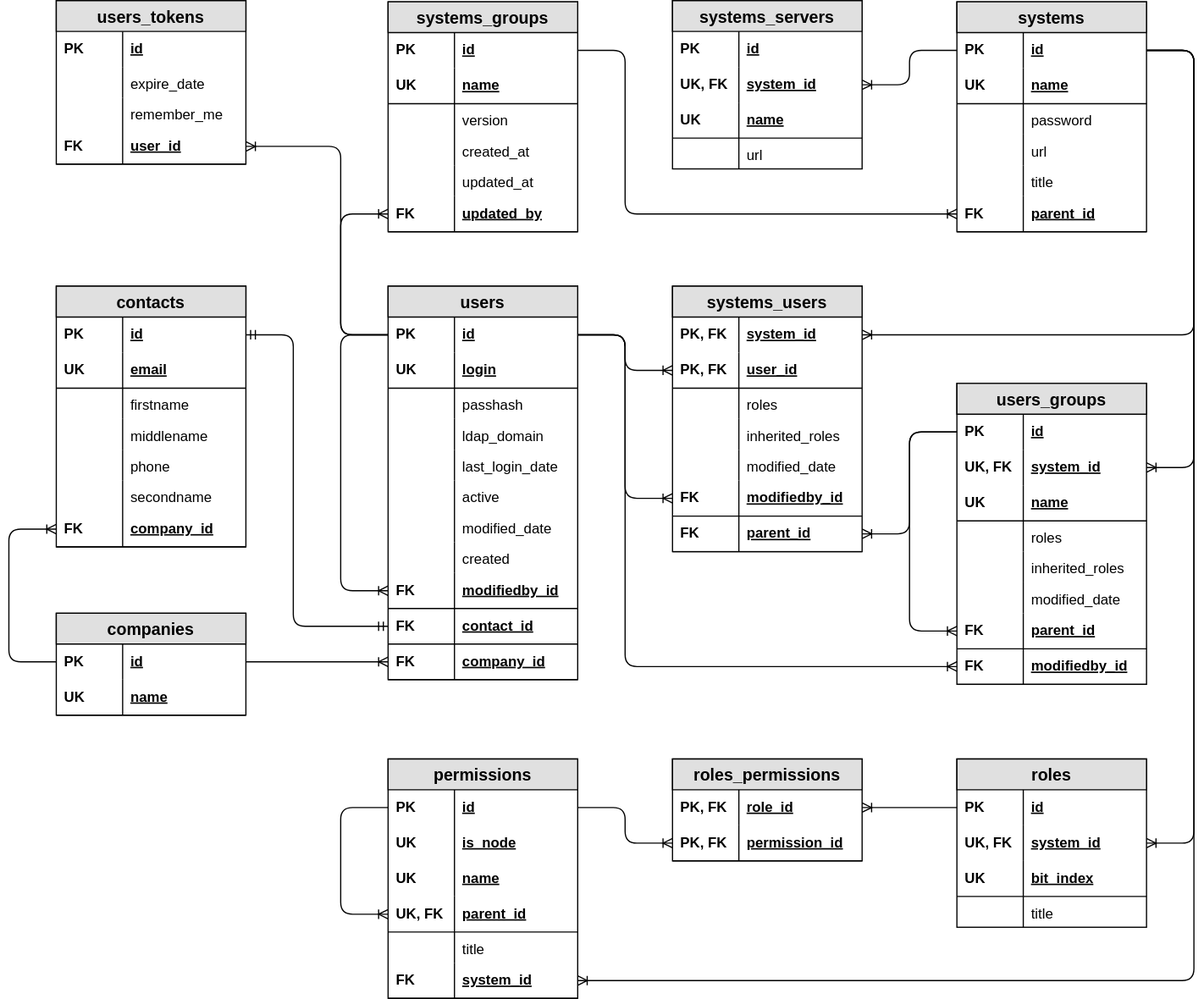
The draw.io diagram docs/drawio/db_schema.svg in scommons/scommons-admin, before a commit. Source tidied: cells renumbered, new cells last; positions are measured from the earlier drawing's top-left corner, leaving out a move shared by most shapes.
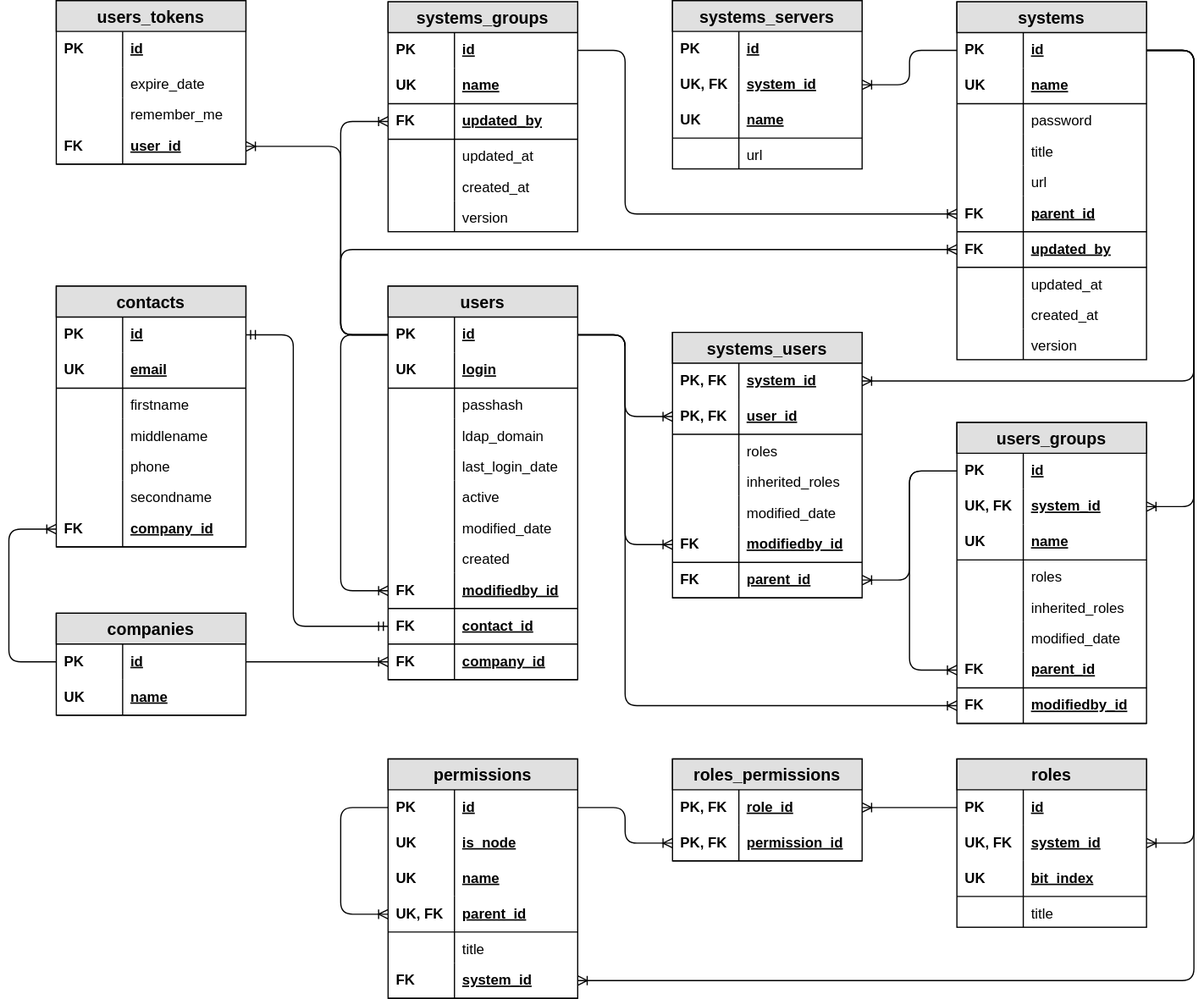
After the commit.

Change to the diagram source:
```diff
@@ -195,7 +195,7 @@
       </mxGeometry>
     </mxCell>
     <mxCell id="59" value="systems" style="swimlane;fontStyle=1;horizontal=1;startSize=26;fillColor=#e0e0e0;swimlaneFillColor=#ffffff;align=center;fontSize=14;" parent="1" vertex="1">
-      <mxGeometry x="800" y="1" width="160" height="194" as="geometry" />
+      <mxGeometry x="800" y="1" width="160" height="302" as="geometry" />
     </mxCell>
     <mxCell id="60" value="id" style="shape=partialRectangle;top=0;left=0;right=0;bottom=0;align=left;verticalAlign=middle;fillColor=none;spacingLeft=60;spacingRight=4;overflow=hidden;points=[[0,0.5],[1,0.5]];portConstraint=eastwest;fontStyle=5;fontSize=12;" parent="59" vertex="1">
       <mxGeometry y="26" width="160" height="30" as="geometry" />
@@ -215,24 +215,48 @@
     <mxCell id="65" style="shape=partialRectangle;top=0;left=0;bottom=0;fillColor=none;align=left;verticalAlign=top;spacingLeft=4;spacingRight=4;overflow=hidden;fontSize=12;" parent="64" vertex="1">
       <mxGeometry width="56" height="26" as="geometry" />
     </mxCell>
+    <mxCell id="68" value="title" style="shape=partialRectangle;top=0;left=0;right=0;bottom=0;align=left;verticalAlign=top;fillColor=none;spacingLeft=60;spacingRight=4;overflow=hidden;fontSize=12;" parent="59" vertex="1">
+      <mxGeometry y="112" width="160" height="26" as="geometry" />
+    </mxCell>
+    <mxCell id="69" style="shape=partialRectangle;top=0;left=0;bottom=0;fillColor=none;align=left;verticalAlign=top;spacingLeft=4;spacingRight=4;overflow=hidden;fontSize=12;" parent="68" vertex="1">
+      <mxGeometry width="56" height="26" as="geometry" />
+    </mxCell>
     <mxCell id="66" value="url" style="shape=partialRectangle;top=0;left=0;right=0;bottom=0;align=left;verticalAlign=top;fillColor=none;spacingLeft=60;spacingRight=4;overflow=hidden;fontSize=12;" parent="59" vertex="1">
-      <mxGeometry y="112" width="160" height="26" as="geometry" />
+      <mxGeometry y="138" width="160" height="26" as="geometry" />
     </mxCell>
     <mxCell id="67" style="shape=partialRectangle;top=0;left=0;bottom=0;fillColor=none;align=left;verticalAlign=top;spacingLeft=4;spacingRight=4;overflow=hidden;fontSize=12;" parent="66" vertex="1">
       <mxGeometry width="56" height="26" as="geometry" />
     </mxCell>
-    <mxCell id="68" value="title" style="shape=partialRectangle;top=0;left=0;right=0;bottom=0;align=left;verticalAlign=top;fillColor=none;spacingLeft=60;spacingRight=4;overflow=hidden;fontSize=12;" parent="59" vertex="1">
-      <mxGeometry y="138" width="160" height="26" as="geometry" />
-    </mxCell>
-    <mxCell id="69" style="shape=partialRectangle;top=0;left=0;bottom=0;fillColor=none;align=left;verticalAlign=top;spacingLeft=4;spacingRight=4;overflow=hidden;fontSize=12;" parent="68" vertex="1">
-      <mxGeometry width="56" height="26" as="geometry" />
-    </mxCell>
     <mxCell id="70" value="parent_id" style="shape=partialRectangle;top=0;left=0;right=0;bottom=1;align=left;verticalAlign=middle;fillColor=none;spacingLeft=60;spacingRight=4;overflow=hidden;points=[[0,0.5],[1,0.5]];portConstraint=eastwest;fontStyle=5;fontSize=12;" parent="59" vertex="1">
       <mxGeometry y="164" width="160" height="30" as="geometry" />
     </mxCell>
     <mxCell id="71" value="FK" style="shape=partialRectangle;fontStyle=1;top=0;left=0;bottom=0;fillColor=none;align=left;verticalAlign=middle;spacingLeft=4;spacingRight=4;overflow=hidden;fontSize=12;" parent="70" vertex="1">
       <mxGeometry width="56" height="30" as="geometry" />
     </mxCell>
+    <mxCell id="168" value="updated_by" style="shape=partialRectangle;top=0;left=0;right=0;bottom=1;align=left;verticalAlign=middle;fillColor=none;spacingLeft=60;spacingRight=4;overflow=hidden;points=[[0,0.5],[1,0.5]];portConstraint=eastwest;fontStyle=5;fontSize=12;" parent="59" vertex="1">
+      <mxGeometry y="194" width="160" height="30" as="geometry" />
+    </mxCell>
+    <mxCell id="169" value="FK" style="shape=partialRectangle;fontStyle=1;top=0;left=0;bottom=0;fillColor=none;align=left;verticalAlign=middle;spacingLeft=4;spacingRight=4;overflow=hidden;fontSize=12;" parent="168" vertex="1">
+      <mxGeometry width="56" height="30" as="geometry" />
+    </mxCell>
+    <mxCell id="170" value="updated_at" style="shape=partialRectangle;top=0;left=0;right=0;bottom=0;align=left;verticalAlign=top;fillColor=none;spacingLeft=60;spacingRight=4;overflow=hidden;fontSize=12;" parent="59" vertex="1">
+      <mxGeometry y="224" width="160" height="26" as="geometry" />
+    </mxCell>
+    <mxCell id="171" style="shape=partialRectangle;top=0;left=0;bottom=0;fillColor=none;align=left;verticalAlign=top;spacingLeft=4;spacingRight=4;overflow=hidden;fontSize=12;" parent="170" vertex="1">
+      <mxGeometry width="56" height="26" as="geometry" />
+    </mxCell>
+    <mxCell id="172" value="created_at" style="shape=partialRectangle;top=0;left=0;right=0;bottom=0;align=left;verticalAlign=top;fillColor=none;spacingLeft=60;spacingRight=4;overflow=hidden;fontSize=12;" parent="59" vertex="1">
+      <mxGeometry y="250" width="160" height="26" as="geometry" />
+    </mxCell>
+    <mxCell id="173" style="shape=partialRectangle;top=0;left=0;bottom=0;fillColor=none;align=left;verticalAlign=top;spacingLeft=4;spacingRight=4;overflow=hidden;fontSize=12;" parent="172" vertex="1">
+      <mxGeometry width="56" height="26" as="geometry" />
+    </mxCell>
+    <mxCell id="174" value="version" style="shape=partialRectangle;top=0;left=0;right=0;bottom=0;align=left;verticalAlign=top;fillColor=none;spacingLeft=60;spacingRight=4;overflow=hidden;fontSize=12;" parent="59" vertex="1">
+      <mxGeometry y="276" width="160" height="26" as="geometry" />
+    </mxCell>
+    <mxCell id="175" style="shape=partialRectangle;top=0;left=0;bottom=0;fillColor=none;align=left;verticalAlign=top;spacingLeft=4;spacingRight=4;overflow=hidden;fontSize=12;" parent="174" vertex="1">
+      <mxGeometry width="56" height="26" as="geometry" />
+    </mxCell>
     <mxCell id="72" value="systems_groups" style="swimlane;fontStyle=1;horizontal=1;startSize=26;fillColor=#e0e0e0;swimlaneFillColor=#ffffff;align=center;fontSize=14;" parent="1" vertex="1">
       <mxGeometry x="320" y="1" width="160" height="194" as="geometry" />
     </mxCell>
@@ -248,30 +272,30 @@
     <mxCell id="76" value="UK" style="shape=partialRectangle;fontStyle=1;top=0;left=0;bottom=0;fillColor=none;align=left;verticalAlign=middle;spacingLeft=4;spacingRight=4;overflow=hidden;fontSize=12;" parent="75" vertex="1">
       <mxGeometry width="56" height="30" as="geometry" />
     </mxCell>
+    <mxCell id="83" value="updated_by" style="shape=partialRectangle;top=0;left=0;right=0;bottom=1;align=left;verticalAlign=middle;fillColor=none;spacingLeft=60;spacingRight=4;overflow=hidden;points=[[0,0.5],[1,0.5]];portConstraint=eastwest;fontStyle=5;fontSize=12;" parent="72" vertex="1">
+      <mxGeometry y="86" width="160" height="30" as="geometry" />
+    </mxCell>
+    <mxCell id="84" value="FK" style="shape=partialRectangle;fontStyle=1;top=0;left=0;bottom=0;fillColor=none;align=left;verticalAlign=middle;spacingLeft=4;spacingRight=4;overflow=hidden;fontSize=12;" parent="83" vertex="1">
+      <mxGeometry width="56" height="30" as="geometry" />
+    </mxCell>
+    <mxCell id="81" value="updated_at" style="shape=partialRectangle;top=0;left=0;right=0;bottom=0;align=left;verticalAlign=top;fillColor=none;spacingLeft=60;spacingRight=4;overflow=hidden;fontSize=12;" parent="72" vertex="1">
+      <mxGeometry y="116" width="160" height="26" as="geometry" />
+    </mxCell>
+    <mxCell id="82" style="shape=partialRectangle;top=0;left=0;bottom=0;fillColor=none;align=left;verticalAlign=top;spacingLeft=4;spacingRight=4;overflow=hidden;fontSize=12;" parent="81" vertex="1">
+      <mxGeometry width="56" height="26" as="geometry" />
+    </mxCell>
+    <mxCell id="79" value="created_at" style="shape=partialRectangle;top=0;left=0;right=0;bottom=0;align=left;verticalAlign=top;fillColor=none;spacingLeft=60;spacingRight=4;overflow=hidden;fontSize=12;" parent="72" vertex="1">
+      <mxGeometry y="142" width="160" height="26" as="geometry" />
+    </mxCell>
+    <mxCell id="80" style="shape=partialRectangle;top=0;left=0;bottom=0;fillColor=none;align=left;verticalAlign=top;spacingLeft=4;spacingRight=4;overflow=hidden;fontSize=12;" parent="79" vertex="1">
+      <mxGeometry width="56" height="26" as="geometry" />
+    </mxCell>
     <mxCell id="77" value="version" style="shape=partialRectangle;top=0;left=0;right=0;bottom=0;align=left;verticalAlign=top;fillColor=none;spacingLeft=60;spacingRight=4;overflow=hidden;fontSize=12;" parent="72" vertex="1">
-      <mxGeometry y="86" width="160" height="26" as="geometry" />
+      <mxGeometry y="168" width="160" height="26" as="geometry" />
     </mxCell>
     <mxCell id="78" style="shape=partialRectangle;top=0;left=0;bottom=0;fillColor=none;align=left;verticalAlign=top;spacingLeft=4;spacingRight=4;overflow=hidden;fontSize=12;" parent="77" vertex="1">
       <mxGeometry width="56" height="26" as="geometry" />
     </mxCell>
-    <mxCell id="79" value="created_at" style="shape=partialRectangle;top=0;left=0;right=0;bottom=0;align=left;verticalAlign=top;fillColor=none;spacingLeft=60;spacingRight=4;overflow=hidden;fontSize=12;" parent="72" vertex="1">
-      <mxGeometry y="112" width="160" height="26" as="geometry" />
-    </mxCell>
-    <mxCell id="80" style="shape=partialRectangle;top=0;left=0;bottom=0;fillColor=none;align=left;verticalAlign=top;spacingLeft=4;spacingRight=4;overflow=hidden;fontSize=12;" parent="79" vertex="1">
-      <mxGeometry width="56" height="26" as="geometry" />
-    </mxCell>
-    <mxCell id="81" value="updated_at" style="shape=partialRectangle;top=0;left=0;right=0;bottom=0;align=left;verticalAlign=top;fillColor=none;spacingLeft=60;spacingRight=4;overflow=hidden;fontSize=12;" parent="72" vertex="1">
-      <mxGeometry y="138" width="160" height="26" as="geometry" />
-    </mxCell>
-    <mxCell id="82" style="shape=partialRectangle;top=0;left=0;bottom=0;fillColor=none;align=left;verticalAlign=top;spacingLeft=4;spacingRight=4;overflow=hidden;fontSize=12;" parent="81" vertex="1">
-      <mxGeometry width="56" height="26" as="geometry" />
-    </mxCell>
-    <mxCell id="83" value="updated_by" style="shape=partialRectangle;top=0;left=0;right=0;bottom=1;align=left;verticalAlign=middle;fillColor=none;spacingLeft=60;spacingRight=4;overflow=hidden;points=[[0,0.5],[1,0.5]];portConstraint=eastwest;fontStyle=5;fontSize=12;" parent="72" vertex="1">
-      <mxGeometry y="164" width="160" height="30" as="geometry" />
-    </mxCell>
-    <mxCell id="84" value="FK" style="shape=partialRectangle;fontStyle=1;top=0;left=0;bottom=0;fillColor=none;align=left;verticalAlign=middle;spacingLeft=4;spacingRight=4;overflow=hidden;fontSize=12;" parent="83" vertex="1">
-      <mxGeometry width="56" height="30" as="geometry" />
-    </mxCell>
     <mxCell id="85" style="edgeStyle=elbowEdgeStyle;fontSize=12;html=1;endArrow=ERoneToMany;entryX=0;entryY=0.5;exitX=0;exitY=0.5;" parent="1" edge="1" source="23" target="83">
       <mxGeometry relative="1" as="geometry">
         <Array as="points">
@@ -322,7 +346,7 @@
       </mxGeometry>
     </mxCell>
     <mxCell id="97" value="users_groups" style="swimlane;fontStyle=1;horizontal=1;startSize=26;fillColor=#e0e0e0;swimlaneFillColor=#ffffff;align=center;fontSize=14;" parent="1" vertex="1">
-      <mxGeometry x="800" y="323" width="160" height="254" as="geometry" />
+      <mxGeometry x="800" y="356" width="160" height="254" as="geometry" />
     </mxCell>
     <mxCell id="98" value="id" style="shape=partialRectangle;top=0;left=0;right=0;bottom=0;align=left;verticalAlign=middle;fillColor=none;spacingLeft=60;spacingRight=4;overflow=hidden;points=[[0,0.5],[1,0.5]];portConstraint=eastwest;fontStyle=5;fontSize=12;" parent="97" vertex="1">
       <mxGeometry y="26" width="160" height="30" as="geometry" />
@@ -394,7 +418,7 @@
       </mxGeometry>
     </mxCell>
     <mxCell id="117" value="systems_users" style="swimlane;fontStyle=1;horizontal=1;startSize=26;fillColor=#e0e0e0;swimlaneFillColor=#ffffff;align=center;fontSize=14;" parent="1" vertex="1">
-      <mxGeometry x="560" y="241" width="160" height="224" as="geometry" />
+      <mxGeometry x="560" y="280" width="160" height="224" as="geometry" />
     </mxCell>
     <mxCell id="118" value="system_id" style="shape=partialRectangle;top=0;left=0;right=0;bottom=0;align=left;verticalAlign=middle;fillColor=none;spacingLeft=60;spacingRight=4;overflow=hidden;points=[[0,0.5],[1,0.5]];portConstraint=eastwest;fontStyle=5;fontSize=12;" parent="117" vertex="1">
       <mxGeometry y="26" width="160" height="30" as="geometry" />
@@ -452,9 +476,8 @@
         </Array>
       </mxGeometry>
     </mxCell>
-    <mxCell id="134" style="edgeStyle=elbowEdgeStyle;fontSize=12;html=1;endArrow=ERoneToMany;exitX=1;exitY=0.5;" parent="1" edge="1" source="60">
+    <mxCell id="134" style="edgeStyle=elbowEdgeStyle;fontSize=12;html=1;endArrow=ERoneToMany;exitX=1;exitY=0.5;entryX=1;entryY=0.5;" parent="1" edge="1" source="60" target="118">
       <mxGeometry relative="1" as="geometry">
-        <mxPoint x="720" y="282" as="targetPoint" />
         <Array as="points">
           <mxPoint x="1000" y="212" />
           <mxPoint x="1000" y="192" />
@@ -582,5 +605,12 @@
     <mxCell id="167" style="edgeStyle=elbowEdgeStyle;fontSize=12;html=1;endArrow=ERoneToMany;exitX=0;exitY=0.5;entryX=1;entryY=0.5;" parent="1" edge="1" source="151" target="160">
       <mxGeometry relative="1" as="geometry" />
     </mxCell>
+    <mxCell id="176" style="edgeStyle=elbowEdgeStyle;fontSize=12;html=1;endArrow=ERoneToMany;entryX=0;entryY=0.5;exitX=0;exitY=0.5;" parent="1" edge="1" source="23" target="168">
+      <mxGeometry relative="1" as="geometry">
+        <Array as="points">
+          <mxPoint x="280" y="250" />
+        </Array>
+      </mxGeometry>
+    </mxCell>
   </root>
 </mxGraphModel>
```
